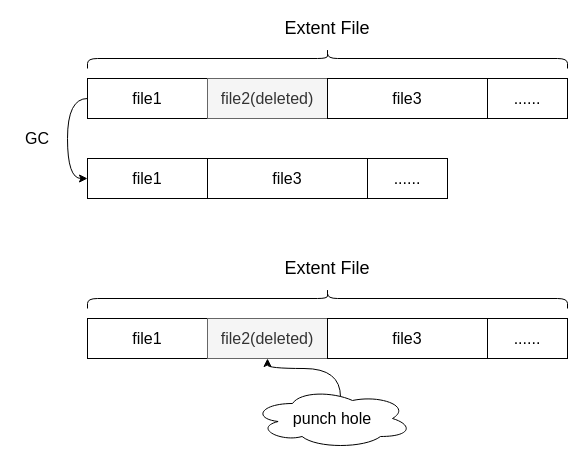
Above: chubaofs/src/data_aggregation_and_deletion.drawio in shuoranliu/drawio (draw.io), before the change. Source tidied: cells renumbered, new cells numbered last; positions are measured from the earlier drawing's top-left corner, leaving out a move shared by most shapes. Both pictures are drawn from the tidied source at 100%, with x=0, y=0 at pixel (17, -182).
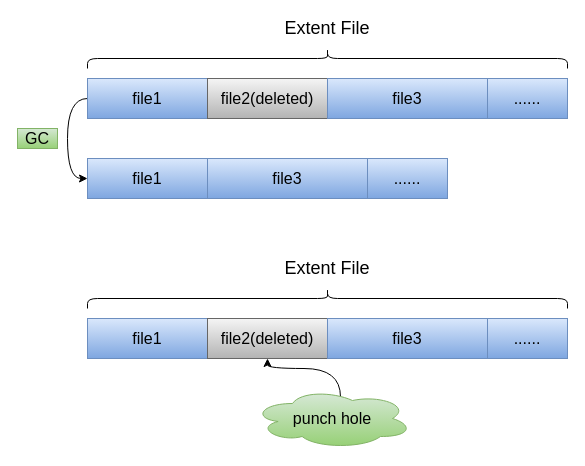
Above is the later version.

What changed in the source:
```diff
@@
-    <mxCell id="3" value="&lt;font style=&quot;font-size: 16px&quot;&gt;file1&lt;/font&gt;" style="rounded=0;whiteSpace=wrap;html=1;" parent="1" vertex="1">
+    <mxCell id="3" value="&lt;font style=&quot;font-size: 16px&quot;&gt;file1&lt;/font&gt;" style="rounded=0;whiteSpace=wrap;html=1;fillColor=#dae8fc;strokeColor=#6c8ebf;gradientColor=#7ea6e0;" parent="1" vertex="1">
       <mxGeometry x="70" y="260" width="120" height="40" as="geometry" />
     </mxCell>
-    <mxCell id="4" value="&lt;font style=&quot;font-size: 16px&quot;&gt;file2(deleted)&lt;/font&gt;" style="rounded=0;whiteSpace=wrap;html=1;glass=0;shadow=0;comic=0;fillColor=#f5f5f5;strokeColor=#666666;fontColor=#333333;" parent="1" vertex="1">
+    <mxCell id="4" value="&lt;font style=&quot;font-size: 16px&quot;&gt;file2(deleted)&lt;/font&gt;" style="rounded=0;whiteSpace=wrap;html=1;glass=0;shadow=0;comic=0;fillColor=#f5f5f5;strokeColor=#666666;gradientColor=#b3b3b3;" parent="1" vertex="1">
       <mxGeometry x="190" y="260" width="120" height="40" as="geometry" />
     </mxCell>
-    <mxCell id="5" value="&lt;font style=&quot;font-size: 16px&quot;&gt;file3&lt;/font&gt;" style="rounded=0;whiteSpace=wrap;html=1;" parent="1" vertex="1">
+    <mxCell id="5" value="&lt;font style=&quot;font-size: 16px&quot;&gt;file3&lt;/font&gt;" style="rounded=0;whiteSpace=wrap;html=1;gradientColor=#7ea6e0;fillColor=#dae8fc;strokeColor=#6c8ebf;" parent="1" vertex="1">
       <mxGeometry x="310" y="260" width="160" height="40" as="geometry" />
     </mxCell>
-    <mxCell id="6" value="&lt;font style=&quot;font-size: 16px&quot;&gt;......&lt;/font&gt;" style="rounded=0;whiteSpace=wrap;html=1;" parent="1" vertex="1">
+    <mxCell id="6" value="&lt;font style=&quot;font-size: 16px&quot;&gt;......&lt;/font&gt;" style="rounded=0;whiteSpace=wrap;html=1;gradientColor=#7ea6e0;fillColor=#dae8fc;strokeColor=#6c8ebf;" parent="1" vertex="1">
       <mxGeometry x="470" y="260" width="80" height="40" as="geometry" />
     </mxCell>
-    <mxCell id="7" value="&lt;font style=&quot;font-size: 16px&quot;&gt;file1&lt;/font&gt;" style="rounded=0;whiteSpace=wrap;html=1;" parent="1" vertex="1">
+    <mxCell id="7" value="&lt;font style=&quot;font-size: 16px&quot;&gt;file1&lt;/font&gt;" style="rounded=0;whiteSpace=wrap;html=1;gradientColor=#7ea6e0;fillColor=#dae8fc;strokeColor=#6c8ebf;" parent="1" vertex="1">
       <mxGeometry x="70" y="340" width="120" height="40" as="geometry" />
     </mxCell>
-    <mxCell id="8" value="&lt;font style=&quot;font-size: 16px&quot;&gt;file3&lt;/font&gt;" style="rounded=0;whiteSpace=wrap;html=1;" parent="1" vertex="1">
+    <mxCell id="8" value="&lt;font style=&quot;font-size: 16px&quot;&gt;file3&lt;/font&gt;" style="rounded=0;whiteSpace=wrap;html=1;gradientColor=#7ea6e0;fillColor=#dae8fc;strokeColor=#6c8ebf;" parent="1" vertex="1">
       <mxGeometry x="190" y="340" width="160" height="40" as="geometry" />
     </mxCell>
-    <mxCell id="9" value="&lt;font style=&quot;font-size: 16px&quot;&gt;......&lt;/font&gt;" style="rounded=0;whiteSpace=wrap;html=1;" parent="1" vertex="1">
+    <mxCell id="9" value="&lt;font style=&quot;font-size: 16px&quot;&gt;......&lt;/font&gt;" style="rounded=0;whiteSpace=wrap;html=1;gradientColor=#7ea6e0;fillColor=#dae8fc;strokeColor=#6c8ebf;" parent="1" vertex="1">
       <mxGeometry x="350" y="340" width="80" height="40" as="geometry" />
     </mxCell>
@@
-    <mxCell id="12" value="&lt;font style=&quot;font-size: 16px&quot;&gt;GC&lt;/font&gt;" style="text;html=1;strokeColor=none;fillColor=none;align=center;verticalAlign=middle;whiteSpace=wrap;rounded=0;shadow=0;glass=0;comic=0;" parent="1" vertex="1">
+    <mxCell id="12" value="&lt;font style=&quot;font-size: 16px&quot;&gt;GC&lt;/font&gt;" style="text;html=1;strokeColor=#82b366;fillColor=#d5e8d4;align=center;verticalAlign=middle;whiteSpace=wrap;rounded=0;shadow=0;glass=0;comic=0;gradientColor=#97d077;" parent="1" vertex="1">
       <mxGeometry y="310" width="40" height="20" as="geometry" />
     </mxCell>
-    <mxCell id="13" value="&lt;font style=&quot;font-size: 16px&quot;&gt;file1&lt;/font&gt;" style="rounded=0;whiteSpace=wrap;html=1;" parent="1" vertex="1">
+    <mxCell id="13" value="&lt;font style=&quot;font-size: 16px&quot;&gt;file1&lt;/font&gt;" style="rounded=0;whiteSpace=wrap;html=1;gradientColor=#7ea6e0;fillColor=#dae8fc;strokeColor=#6c8ebf;" parent="1" vertex="1">
       <mxGeometry x="70" y="500" width="120" height="40" as="geometry" />
     </mxCell>
-    <mxCell id="14" value="&lt;font style=&quot;font-size: 16px&quot;&gt;file2(deleted)&lt;/font&gt;" style="rounded=0;whiteSpace=wrap;html=1;glass=0;shadow=0;comic=0;fillColor=#f5f5f5;strokeColor=#666666;fontColor=#333333;" parent="1" vertex="1">
+    <mxCell id="14" value="&lt;font style=&quot;font-size: 16px&quot;&gt;file2(deleted)&lt;/font&gt;" style="rounded=0;whiteSpace=wrap;html=1;glass=0;shadow=0;comic=0;fillColor=#f5f5f5;strokeColor=#666666;gradientColor=#b3b3b3;" parent="1" vertex="1">
       <mxGeometry x="190" y="500" width="120" height="40" as="geometry" />
     </mxCell>
-    <mxCell id="15" value="&lt;font style=&quot;font-size: 16px&quot;&gt;file3&lt;/font&gt;" style="rounded=0;whiteSpace=wrap;html=1;" parent="1" vertex="1">
+    <mxCell id="15" value="&lt;font style=&quot;font-size: 16px&quot;&gt;file3&lt;/font&gt;" style="rounded=0;whiteSpace=wrap;html=1;gradientColor=#7ea6e0;fillColor=#dae8fc;strokeColor=#6c8ebf;" parent="1" vertex="1">
       <mxGeometry x="310" y="500" width="160" height="40" as="geometry" />
     </mxCell>
-    <mxCell id="16" value="&lt;font style=&quot;font-size: 16px&quot;&gt;......&lt;/font&gt;" style="rounded=0;whiteSpace=wrap;html=1;" parent="1" vertex="1">
+    <mxCell id="16" value="&lt;font style=&quot;font-size: 16px&quot;&gt;......&lt;/font&gt;" style="rounded=0;whiteSpace=wrap;html=1;gradientColor=#7ea6e0;fillColor=#dae8fc;strokeColor=#6c8ebf;" parent="1" vertex="1">
       <mxGeometry x="470" y="500" width="80" height="40" as="geometry" />
     </mxCell>
@@
-    <mxCell id="20" value="&lt;font style=&quot;font-size: 16px&quot;&gt;punch hole&lt;/font&gt;" style="ellipse;shape=cloud;whiteSpace=wrap;html=1;shadow=0;glass=0;comic=0;fillColor=#ffffff;gradientColor=none;" parent="1" vertex="1">
+    <mxCell id="20" value="&lt;font style=&quot;font-size: 16px&quot;&gt;punch hole&lt;/font&gt;" style="ellipse;shape=cloud;whiteSpace=wrap;html=1;shadow=0;glass=0;comic=0;fillColor=#d5e8d4;strokeColor=#82b366;gradientColor=#97d077;" parent="1" vertex="1">
       <mxGeometry x="235" y="570" width="160" height="60" as="geometry" />
     </mxCell>
```
